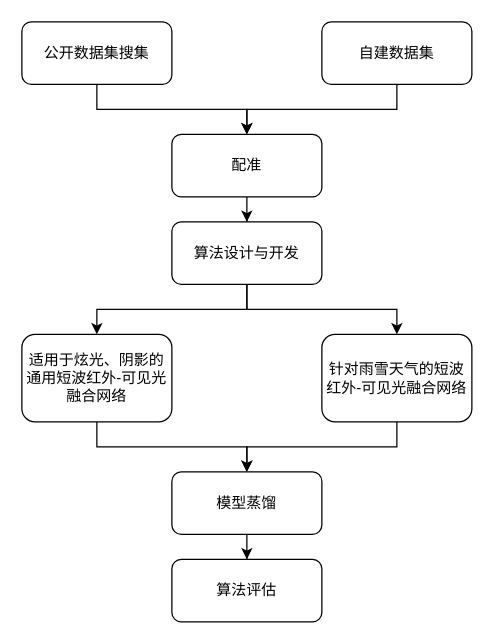
Earlier version of the draw.io diagram 未命名绘图.drawio (moxuam/-). Source tidied: cells renumbered, new cells numbered last; positions are measured from the earlier drawing's top-left corner, leaving out a move shared by most shapes. Both pictures are drawn from the tidied source at 125%, with x=0, y=0 at pixel (21, 21).
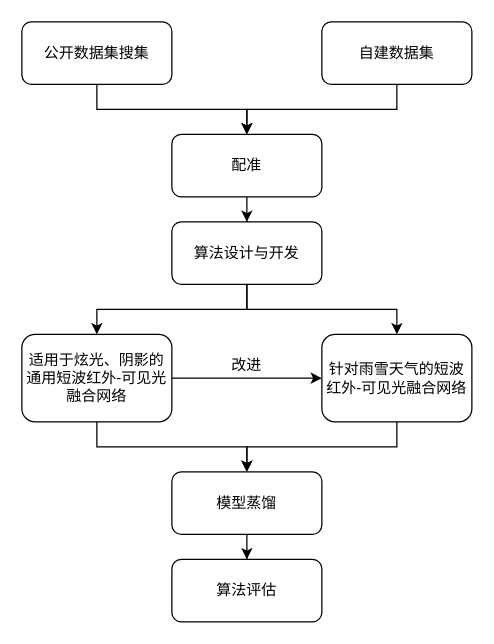
The same diagram, later.

Commit message:
更新未命名绘图.drawio

The edit, as a diff of the source:
```diff
@@
 <mxGraphModel>
   <root>
     <mxCell id="0" />
     <mxCell id="1" parent="0" />
     <mxCell id="2" style="edgeStyle=orthogonalEdgeStyle;rounded=0;jettySize=auto;html=1;entryX=0.5;entryY=0;entryDx=0;entryDy=0;" parent="1" edge="1" source="3" target="5">
       <mxGeometry relative="1" as="geometry" />
     </mxCell>
     <mxCell id="3" value="公开数据集搜集" style="rounded=1;whiteSpace=wrap;html=1;" parent="1" vertex="1">
       <mxGeometry width="120" height="50" as="geometry" />
     </mxCell>
     <mxCell id="4" style="edgeStyle=orthogonalEdgeStyle;rounded=0;jettySize=auto;html=1;" parent="1" edge="1" source="5" target="10">
       <mxGeometry relative="1" as="geometry" />
     </mxCell>
     <mxCell id="5" value="配准" style="rounded=1;whiteSpace=wrap;html=1;" parent="1" vertex="1">
       <mxGeometry x="120" y="90" width="120" height="50" as="geometry" />
     </mxCell>
     <mxCell id="6" style="edgeStyle=orthogonalEdgeStyle;rounded=0;jettySize=auto;html=1;entryX=0.5;entryY=0;entryDx=0;entryDy=0;" parent="1" edge="1" source="7" target="5">
       <mxGeometry relative="1" as="geometry" />
     </mxCell>
     <mxCell id="7" value="自建数据集" style="rounded=1;whiteSpace=wrap;html=1;" parent="1" vertex="1">
       <mxGeometry x="240" width="120" height="50" as="geometry" />
     </mxCell>
     <mxCell id="8" style="edgeStyle=orthogonalEdgeStyle;rounded=0;jettySize=auto;html=1;" parent="1" edge="1" source="10" target="12">
       <mxGeometry relative="1" as="geometry" />
     </mxCell>
     <mxCell id="9" style="edgeStyle=orthogonalEdgeStyle;rounded=0;jettySize=auto;html=1;entryX=0.5;entryY=0;entryDx=0;entryDy=0;" parent="1" edge="1" source="10" target="14">
       <mxGeometry relative="1" as="geometry" />
     </mxCell>
     <mxCell id="10" value="算法设计与开发" style="rounded=1;whiteSpace=wrap;html=1;" parent="1" vertex="1">
       <mxGeometry x="120" y="160" width="120" height="50" as="geometry" />
     </mxCell>
     <mxCell id="11" style="edgeStyle=orthogonalEdgeStyle;rounded=0;jettySize=auto;html=1;entryX=0.5;entryY=0;entryDx=0;entryDy=0;" parent="1" edge="1" source="12" target="16">
       <mxGeometry relative="1" as="geometry" />
     </mxCell>
+    <mxCell id="18" style="edgeStyle=orthogonalEdgeStyle;rounded=0;jettySize=auto;html=1;entryX=0;entryY=0.5;entryDx=0;entryDy=0;" parent="1" edge="1" source="12" target="14">
+      <mxGeometry relative="1" as="geometry" />
+    </mxCell>
     <mxCell id="12" value="适用于炫光、阴影的通用短波红外-可见光融合网络" style="rounded=1;whiteSpace=wrap;html=1;" parent="1" vertex="1">
       <mxGeometry y="250" width="120" height="70" as="geometry" />
     </mxCell>
     <mxCell id="13" style="edgeStyle=orthogonalEdgeStyle;rounded=0;jettySize=auto;html=1;entryX=0.5;entryY=0;entryDx=0;entryDy=0;" parent="1" edge="1" source="14" target="16">
       <mxGeometry relative="1" as="geometry" />
     </mxCell>
     <mxCell id="14" value="针对雨雪天气的短波红外-可见光融合网络" style="rounded=1;whiteSpace=wrap;html=1;" parent="1" vertex="1">
       <mxGeometry x="240" y="250" width="120" height="70" as="geometry" />
     </mxCell>
     <mxCell id="15" style="edgeStyle=orthogonalEdgeStyle;rounded=0;jettySize=auto;html=1;" parent="1" edge="1" source="16" target="17">
       <mxGeometry relative="1" as="geometry" />
     </mxCell>
     <mxCell id="16" value="模型蒸馏" style="rounded=1;whiteSpace=wrap;html=1;" parent="1" vertex="1">
       <mxGeometry x="120" y="360" width="120" height="50" as="geometry" />
     </mxCell>
     <mxCell id="17" value="算法评估" style="rounded=1;whiteSpace=wrap;html=1;" parent="1" vertex="1">
       <mxGeometry x="120" y="430" width="120" height="50" as="geometry" />
     </mxCell>
+    <mxCell id="19" value="改进" style="text;html=1;whiteSpace=wrap;strokeColor=none;fillColor=none;align=center;verticalAlign=middle;rounded=0;" parent="1" vertex="1">
+      <mxGeometry x="150" y="260" width="60" height="30" as="geometry" />
+    </mxCell>
   </root>
 </mxGraphModel>
```
